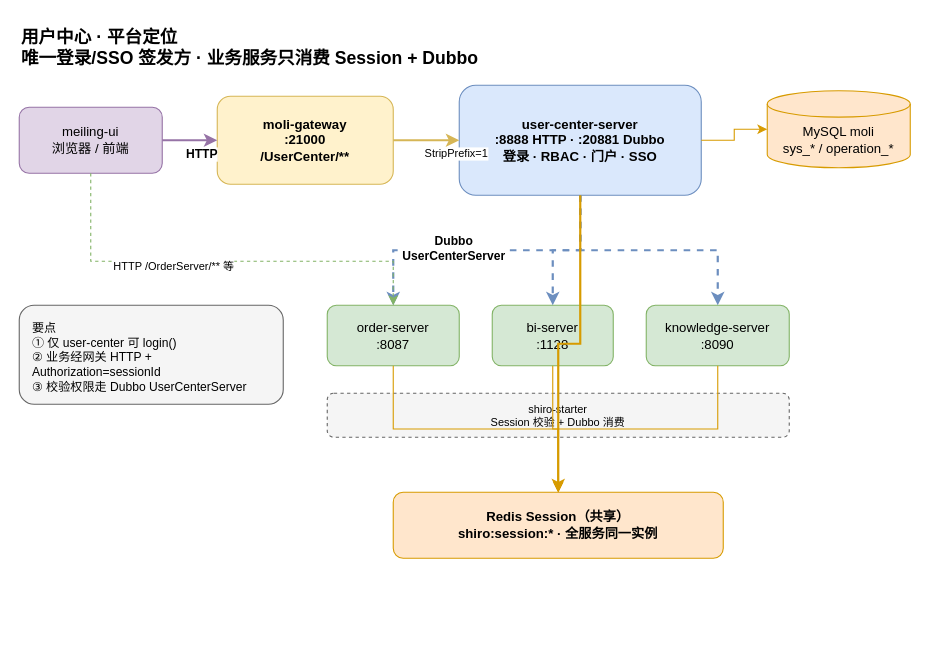
This is docs/diagrams/moli-user-center-position.drawio from wujinsen/moli-project-distribute, a draw.io file, before an edit. Source tidied: cells renumbered, new cells numbered last; positions are measured from the earlier drawing's top-left corner, leaving out a move shared by most shapes. Both pictures are drawn from the tidied source at 110%, with x=0, y=0 at pixel (19, 19).
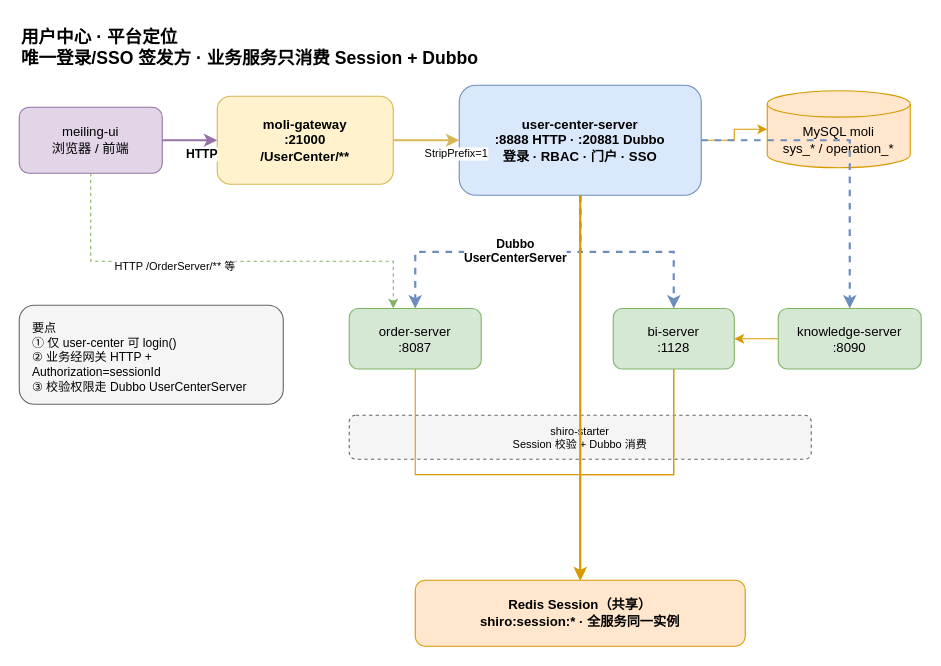
Above is the later version.

The change refers to these unchanged cells:
```xml
<mxCell id="18" style="edgeStyle=orthogonalEdgeStyle;rounded=0;strokeWidth=2;strokeColor=#6c8ebf;dashed=1;" parent="1" edge="1" source="5" target="7">
  <mxGeometry relative="1" as="geometry" />
</mxCell>
```

What changed in the source:
```diff
@@
     <mxCell id="7" value="order-server&#10;:8087" style="rounded=1;whiteSpace=wrap;html=1;fillColor=#d5e8d4;strokeColor=#82b366;" parent="1" vertex="1">
-      <mxGeometry x="280" y="260" width="120" height="55" as="geometry" />
+      <mxGeometry x="300" y="263" width="120" height="55" as="geometry" />
     </mxCell>
-    <mxCell id="8" value="bi-server&#10;:1128" style="rounded=1;whiteSpace=wrap;html=1;fillColor=#d5e8d4;strokeColor=#82b366;" parent="1" vertex="1">
-      <mxGeometry x="430" y="260" width="110" height="55" as="geometry" />
-    </mxCell>
     <mxCell id="9" value="knowledge-server&#10;:8090" style="rounded=1;whiteSpace=wrap;html=1;fillColor=#d5e8d4;strokeColor=#82b366;" parent="1" vertex="1">
-      <mxGeometry x="570" y="260" width="130" height="55" as="geometry" />
+      <mxGeometry x="690" y="263" width="130" height="55" as="geometry" />
     </mxCell>
     <mxCell id="10" value="shiro-starter&#10;Session 校验 + Dubbo 消费" style="rounded=1;whiteSpace=wrap;html=1;fillColor=#f5f5f5;strokeColor=#666666;dashed=1;fontSize=10;" parent="1" vertex="1">
-      <mxGeometry x="280" y="340" width="420" height="40" as="geometry" />
+      <mxGeometry x="300" y="360" width="420" height="40" as="geometry" />
     </mxCell>
     <mxCell id="11" value="Redis Session（共享）&#10;shiro:session:* · 全服务同一实例" style="rounded=1;whiteSpace=wrap;html=1;fillColor=#ffe6cc;strokeColor=#d79b00;fontStyle=1;" parent="1" vertex="1">
-      <mxGeometry x="340" y="430" width="300" height="60" as="geometry" />
+      <mxGeometry x="360" y="510" width="300" height="60" as="geometry" />
     </mxCell>
@@
+    <mxCell id="21" value="Dubbo&#10;UserCenterServer" style="edgeLabel;html=1;fontStyle=1;align=center;" parent="18" vertex="1">
+      <mxGeometry x="0.3" y="-1" relative="1" as="geometry">
+        <mxPoint x="53" y="-20" as="offset" />
+      </mxGeometry>
+    </mxCell>
@@
-    <mxCell id="21" value="Dubbo&#10;UserCenterServer" style="edgeLabel;html=1;fontStyle=1;align=center;" parent="18" vertex="1">
-      <mxGeometry x="0.3" y="-1" relative="1" as="geometry">
-        <mxPoint x="10" y="-20" as="offset" />
-      </mxGeometry>
-    </mxCell>
@@
-    <mxCell id="25" style="edgeStyle=orthogonalEdgeStyle;rounded=0;strokeColor=#d79b00;" parent="1" edge="1" source="9" target="11">
+    <mxCell id="25" style="edgeStyle=orthogonalEdgeStyle;rounded=0;strokeColor=#d79b00;" parent="1" edge="1" source="8" target="11">
       <mxGeometry relative="1" as="geometry" />
     </mxCell>
@@
+    <mxCell id="28" style="edgeStyle=orthogonalEdgeStyle;rounded=0;strokeColor=#d79b00;" parent="1" edge="1" source="9" target="8">
+      <mxGeometry relative="1" as="geometry" />
+    </mxCell>
+    <mxCell id="8" value="bi-server&#10;:1128" style="rounded=1;whiteSpace=wrap;html=1;fillColor=#d5e8d4;strokeColor=#82b366;" parent="1" vertex="1">
+      <mxGeometry x="540" y="263" width="110" height="55" as="geometry" />
+    </mxCell>
```
